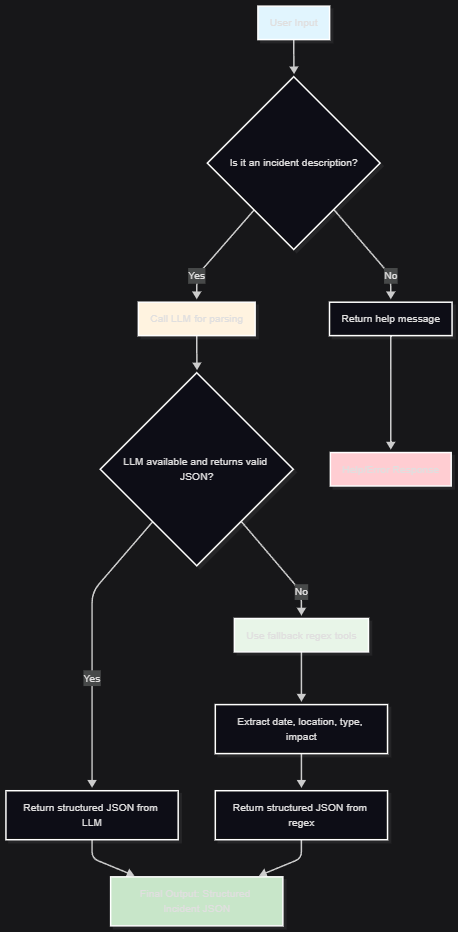
Before: workflow/agent_workflow.png, a diagram exported from Mermaid (bksramos/A3_AI_Engineer_case). Its source is kept beside it as workflow/agent_workflow.mmd.
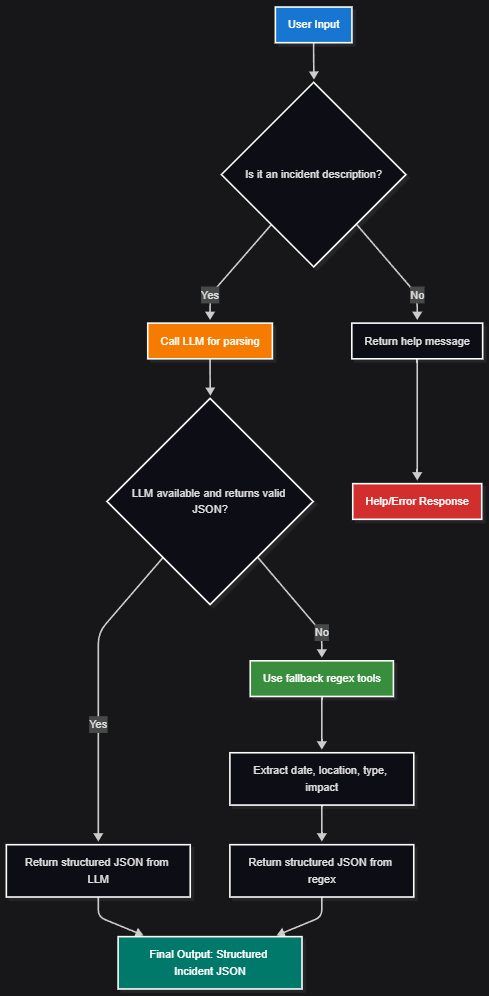
The same file after the commit.

Diff of the diagram source:
```diff
@@ -16,8 +16,8 @@
     I --> J
     C --> K[Help/Error Response]
 
-    style A fill:#e1f5fe
-    style D fill:#fff3e0
-    style G fill:#e8f5e8
-    style J fill:#c8e6c9
-    style K fill:#ffcdd2
+    style A fill:#1976d2,color:#ffffff
+    style D fill:#f57c00,color:#ffffff
+    style G fill:#388e3c,color:#ffffff
+    style J fill:#00796b,color:#ffffff
+    style K fill:#d32f2f,color:#ffffff
```
